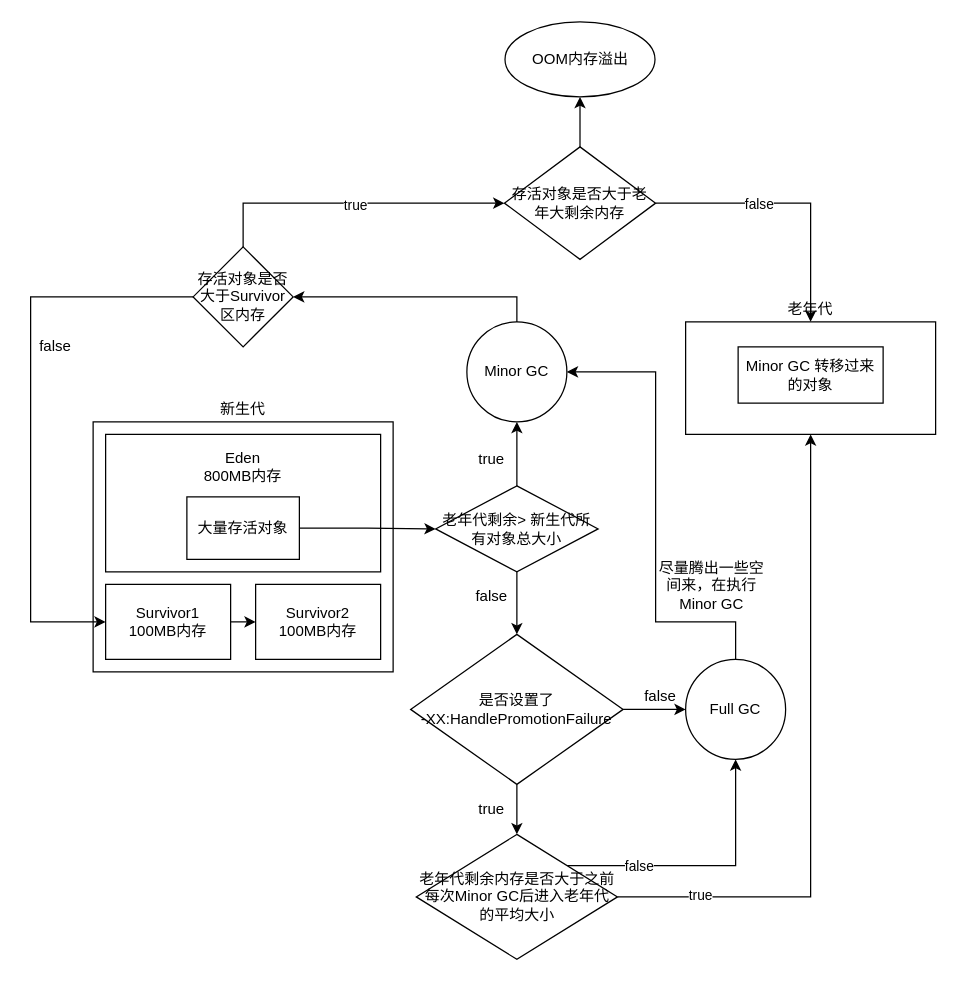
Before: jvm专栏/老年代空间分配担保规则.drawio in zhongqiuoo/drawio, a draw.io diagram. Source tidied: cells renumbered, new cells numbered last; positions are measured from the earlier drawing's top-left corner, leaving out a move shared by most shapes. Both pictures are drawn from the tidied source at 125%, with x=0, y=0 at pixel (30, 21).
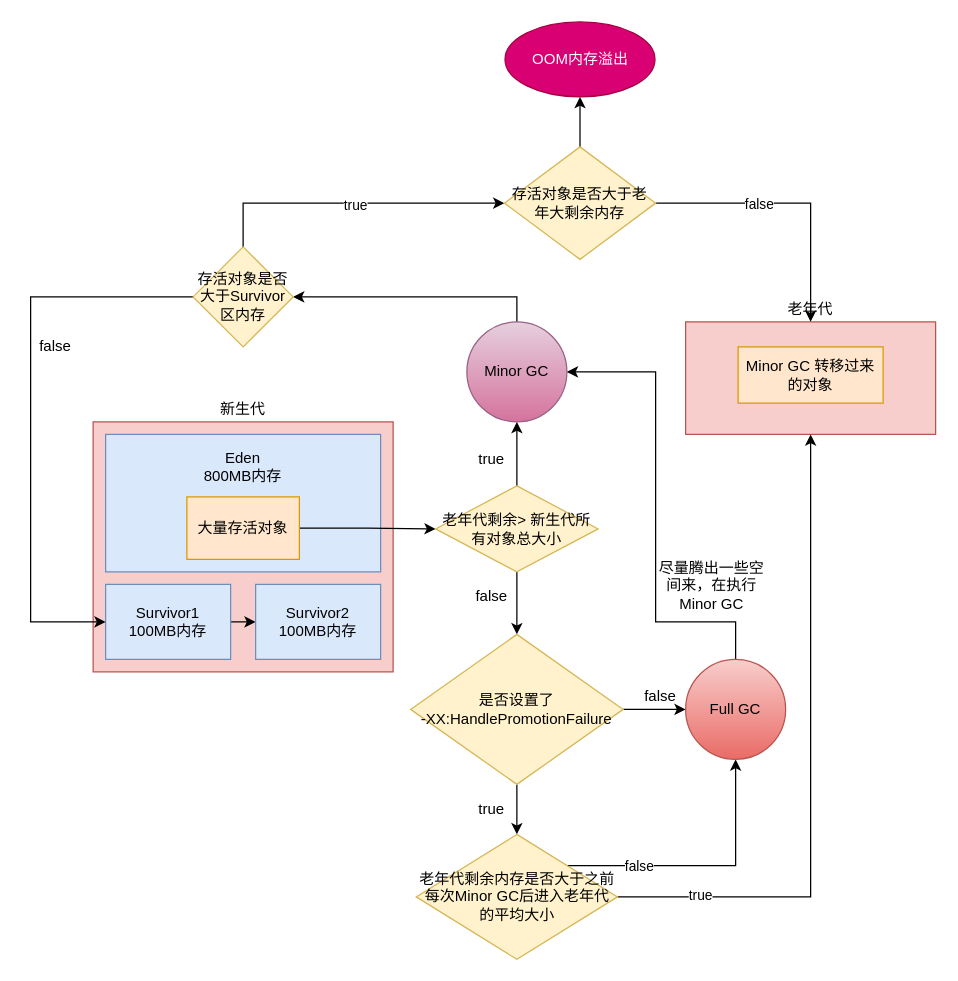
After the change.

Commit message (it also covers changes not shown here):
更新老年代空间分配担保规则.drawio

The edit, as a diff of the source:
```diff
@@
-    <mxCell id="2" style="rounded=0;whiteSpace=wrap;html=1;" parent="1" vertex="1">
+    <mxCell id="2" style="rounded=0;whiteSpace=wrap;html=1;fillColor=#f8cecc;strokeColor=#b85450;" parent="1" vertex="1">
       <mxGeometry x="50" y="320" width="240" height="200" as="geometry" />
     </mxCell>
@@
-    <mxCell id="4" value="Eden&lt;br&gt;800MB内存&lt;br&gt;&lt;br&gt;&lt;br&gt;&lt;br&gt;&lt;br&gt;" style="rounded=0;whiteSpace=wrap;html=1;" parent="1" vertex="1">
+    <mxCell id="4" value="Eden&lt;br&gt;800MB内存&lt;br&gt;&lt;br&gt;&lt;br&gt;&lt;br&gt;&lt;br&gt;" style="rounded=0;whiteSpace=wrap;html=1;fillColor=#dae8fc;strokeColor=#6c8ebf;" parent="1" vertex="1">
       <mxGeometry x="60" y="330" width="220" height="110" as="geometry" />
     </mxCell>
@@
-    <mxCell id="6" value="Survivor1&lt;br&gt;100MB内存&lt;br&gt;" style="rounded=0;whiteSpace=wrap;html=1;" parent="1" vertex="1">
+    <mxCell id="6" value="Survivor1&lt;br&gt;100MB内存&lt;br&gt;" style="rounded=0;whiteSpace=wrap;html=1;fillColor=#dae8fc;strokeColor=#6c8ebf;" parent="1" vertex="1">
       <mxGeometry x="60" y="450" width="100" height="60" as="geometry" />
     </mxCell>
-    <mxCell id="7" value="&lt;span&gt;Survivor2&lt;br&gt;&lt;/span&gt;100MB内存&lt;br&gt;" style="rounded=0;whiteSpace=wrap;html=1;" parent="1" vertex="1">
+    <mxCell id="7" value="&lt;span&gt;Survivor2&lt;br&gt;&lt;/span&gt;100MB内存&lt;br&gt;" style="rounded=0;whiteSpace=wrap;html=1;fillColor=#dae8fc;strokeColor=#6c8ebf;" parent="1" vertex="1">
       <mxGeometry x="180" y="450" width="100" height="60" as="geometry" />
     </mxCell>
@@
-    <mxCell id="9" value="大量存活对象" style="rounded=0;whiteSpace=wrap;html=1;" parent="1" vertex="1">
+    <mxCell id="9" value="大量存活对象" style="rounded=0;whiteSpace=wrap;html=1;fillColor=#ffe6cc;strokeColor=#d79b00;" parent="1" vertex="1">
       <mxGeometry x="125" y="380" width="90" height="50" as="geometry" />
     </mxCell>
-    <mxCell id="10" style="rounded=0;whiteSpace=wrap;html=1;" parent="1" vertex="1">
+    <mxCell id="10" style="rounded=0;whiteSpace=wrap;html=1;fillColor=#f8cecc;strokeColor=#b85450;" parent="1" vertex="1">
       <mxGeometry x="524" y="240" width="200" height="90" as="geometry" />
     </mxCell>
@@
-    <mxCell id="13" value="Minor GC" style="ellipse;whiteSpace=wrap;html=1;" parent="1" vertex="1">
+    <mxCell id="13" value="Minor GC" style="ellipse;whiteSpace=wrap;html=1;gradientColor=#d5739d;fillColor=#e6d0de;strokeColor=#996185;" parent="1" vertex="1">
       <mxGeometry x="349" y="240" width="80" height="80" as="geometry" />
     </mxCell>
@@
-    <mxCell id="16" value="老年代剩余&amp;gt; 新生代所有对象总大小" style="rhombus;whiteSpace=wrap;html=1;" parent="1" vertex="1">
+    <mxCell id="16" value="老年代剩余&amp;gt; 新生代所有对象总大小" style="rhombus;whiteSpace=wrap;html=1;fillColor=#fff2cc;strokeColor=#d6b656;" parent="1" vertex="1">
       <mxGeometry x="324" y="371.2" width="130" height="68.8" as="geometry" />
     </mxCell>
@@
-    <mxCell id="21" value="存活对象是否大于Survivor区内存" style="rhombus;whiteSpace=wrap;html=1;" parent="1" vertex="1">
+    <mxCell id="21" value="存活对象是否大于Survivor区内存" style="rhombus;whiteSpace=wrap;html=1;fillColor=#fff2cc;strokeColor=#d6b656;" parent="1" vertex="1">
       <mxGeometry x="130" y="180" width="80" height="80" as="geometry" />
     </mxCell>
@@
-    <mxCell id="25" value="是否设置了&lt;br&gt;-XX:HandlePromotionFailure&lt;br&gt;" style="rhombus;whiteSpace=wrap;html=1;" parent="1" vertex="1">
+    <mxCell id="25" value="是否设置了&lt;br&gt;-XX:HandlePromotionFailure&lt;br&gt;" style="rhombus;whiteSpace=wrap;html=1;fillColor=#fff2cc;strokeColor=#d6b656;" parent="1" vertex="1">
       <mxGeometry x="304" y="490" width="170" height="120" as="geometry" />
     </mxCell>
@@
-    <mxCell id="31" value="老年代剩余内存是否大于之前每次Minor GC后进入老年代的平均大小" style="rhombus;whiteSpace=wrap;html=1;" parent="1" vertex="1">
+    <mxCell id="31" value="老年代剩余内存是否大于之前每次Minor GC后进入老年代的平均大小" style="rhombus;whiteSpace=wrap;html=1;fillColor=#fff2cc;strokeColor=#d6b656;" parent="1" vertex="1">
       <mxGeometry x="308.5" y="650" width="161" height="100" as="geometry" />
     </mxCell>
@@
-    <mxCell id="35" value="Full GC" style="ellipse;whiteSpace=wrap;html=1;" parent="1" vertex="1">
+    <mxCell id="35" value="Full GC" style="ellipse;whiteSpace=wrap;html=1;gradientColor=#ea6b66;fillColor=#f8cecc;strokeColor=#b85450;" parent="1" vertex="1">
       <mxGeometry x="524" y="510" width="80" height="80" as="geometry" />
     </mxCell>
@@
-    <mxCell id="37" value="Minor GC 转移过来的对象" style="rounded=0;whiteSpace=wrap;html=1;" parent="1" vertex="1">
+    <mxCell id="37" value="Minor GC 转移过来的对象" style="rounded=0;whiteSpace=wrap;html=1;fillColor=#ffe6cc;strokeColor=#d79b00;" parent="1" vertex="1">
       <mxGeometry x="566" y="260" width="116" height="45" as="geometry" />
     </mxCell>
@@
-    <mxCell id="41" value="存活对象是否大于老年大剩余内存" style="rhombus;whiteSpace=wrap;html=1;" parent="1" vertex="1">
+    <mxCell id="41" value="存活对象是否大于老年大剩余内存" style="rhombus;whiteSpace=wrap;html=1;fillColor=#fff2cc;strokeColor=#d6b656;" parent="1" vertex="1">
       <mxGeometry x="379" y="100" width="121" height="90" as="geometry" />
     </mxCell>
-    <mxCell id="42" value="OOM内存溢出" style="ellipse;whiteSpace=wrap;html=1;" parent="1" vertex="1">
+    <mxCell id="42" value="OOM内存溢出" style="ellipse;whiteSpace=wrap;html=1;fillColor=#d80073;strokeColor=#A50040;fontColor=#ffffff;" parent="1" vertex="1">
       <mxGeometry x="379.5" width="120" height="60" as="geometry" />
     </mxCell>
```
